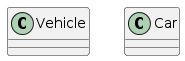
Above: python-lib/src/diagram.png in Softoft/pdgen (PlantUML), before the change.
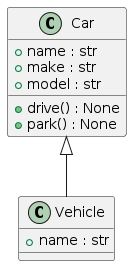
After the change.

Commit message:
improved diagram generation!

What changed in the source:
```diff
@@ -1,6 +1,13 @@
 @startuml
 class Vehicle {
+    +name : str
 }
 class Car {
+    +name : str
+    +make : str
+    +model : str
+    +drive() : None
+    +park() : None
 }
+Car <|-- Vehicle
 @enduml
```
